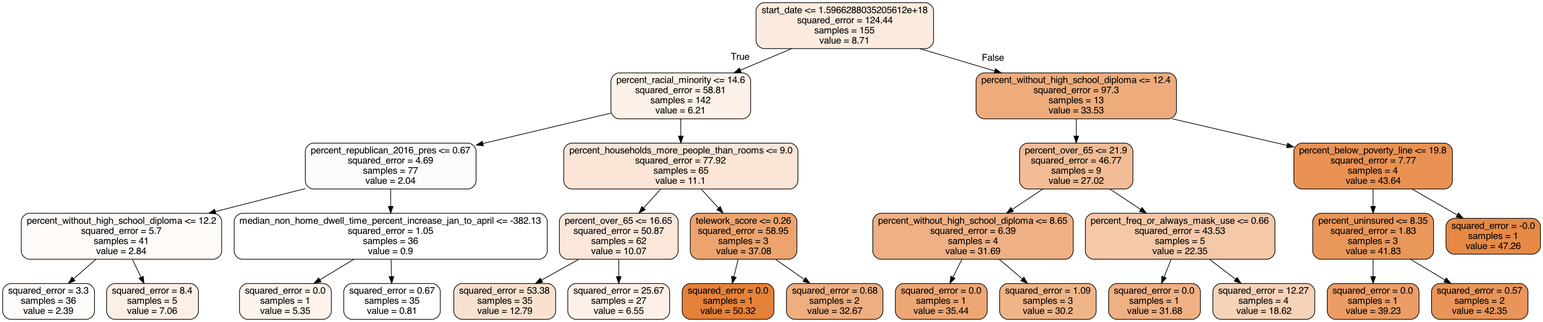
Above: reports/figures/tree.png in ciara-patterson/who-can-social-distance (Graphviz), before the change. Its source is kept beside it as reports/figures/tree.dot.
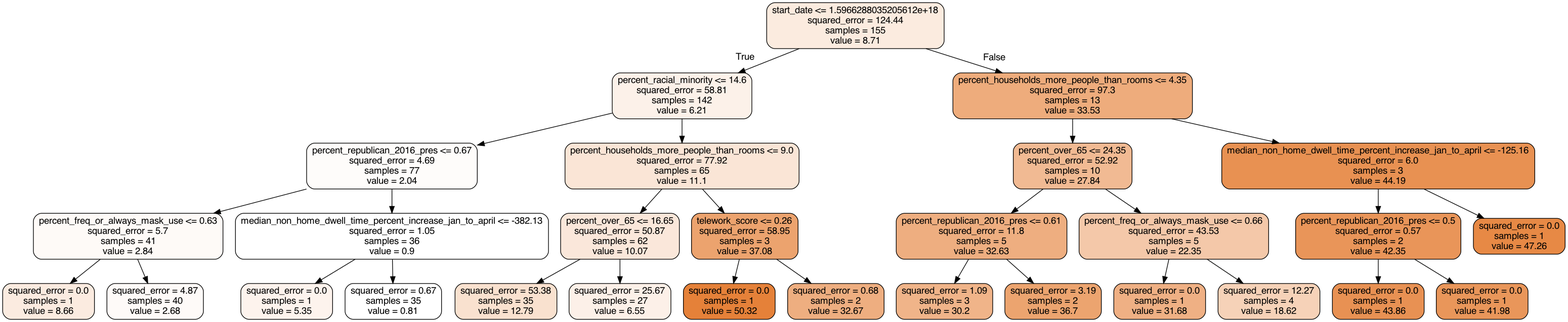
Later version of the same file.

Change to the diagram source:
```diff
@@ -6,11 +6,11 @@
 0 -> 1 [labeldistance=2.5, labelangle=45, headlabel="True"] ;
 2 [label="percent_republican_2016_pres <= 0.67\nsquared_error = 4.69\nsamples = 77\nvalue = 2.04", fillcolor="#fefcfa"] ;
 1 -> 2 ;
-3 [label="percent_without_high_school_diploma <= 12.2\nsquared_error = 5.7\nsamples = 41\nvalue = 2.84", fillcolor="#fefaf7"] ;
+3 [label="percent_freq_or_always_mask_use <= 0.63\nsquared_error = 5.7\nsamples = 41\nvalue = 2.84", fillcolor="#fefaf7"] ;
 2 -> 3 ;
-4 [label="squared_error = 3.3\nsamples = 36\nvalue = 2.39", fillcolor="#fefbf9"] ;
+4 [label="squared_error = 0.0\nsamples = 1\nvalue = 8.66", fillcolor="#fbebe0"] ;
 3 -> 4 ;
-5 [label="squared_error = 8.4\nsamples = 5\nvalue = 7.06", fillcolor="#fcefe6"] ;
+5 [label="squared_error = 4.87\nsamples = 40\nvalue = 2.68", fillcolor="#fefaf8"] ;
 3 -> 5 ;
 6 [label="median_non_home_dwell_time_percent_increase_jan_to_april <= -382.13\nsquared_error = 1.05\nsamples = 36\nvalue = 0.9", fillcolor="#ffffff"] ;
 2 -> 6 ;
@@ -32,15 +32,15 @@
 13 -> 14 ;
 15 [label="squared_error = 0.68\nsamples = 2\nvalue = 32.67", fillcolor="#eeae80"] ;
 13 -> 15 ;
-16 [label="percent_without_high_school_diploma <= 12.4\nsquared_error = 97.3\nsamples = 13\nvalue = 33.53", fillcolor="#eeac7c"] ;
+16 [label="percent_households_more_people_than_rooms <= 4.35\nsquared_error = 97.3\nsamples = 13\nvalue = 33.53", fillcolor="#eeac7c"] ;
 0 -> 16 [labeldistance=2.5, labelangle=-45, headlabel="False"] ;
-17 [label="percent_over_65 <= 21.9\nsquared_error = 46.77\nsamples = 9\nvalue = 27.02", fillcolor="#f1bc96"] ;
+17 [label="percent_over_65 <= 24.35\nsquared_error = 52.92\nsamples = 10\nvalue = 27.84", fillcolor="#f1ba93"] ;
 16 -> 17 ;
-18 [label="percent_without_high_school_diploma <= 8.65\nsquared_error = 6.39\nsamples = 4\nvalue = 31.69", fillcolor="#efb084"] ;
+18 [label="percent_republican_2016_pres <= 0.61\nsquared_error = 11.8\nsamples = 5\nvalue = 32.63", fillcolor="#eeae80"] ;
 17 -> 18 ;
-19 [label="squared_error = 0.0\nsamples = 1\nvalue = 35.44", fillcolor="#eda775"] ;
+19 [label="squared_error = 1.09\nsamples = 3\nvalue = 30.2", fillcolor="#f0b489"] ;
 18 -> 19 ;
-20 [label="squared_error = 1.09\nsamples = 3\nvalue = 30.2", fillcolor="#f0b489"] ;
+20 [label="squared_error = 3.19\nsamples = 2\nvalue = 36.7", fillcolor="#eca46f"] ;
 18 -> 20 ;
 21 [label="percent_freq_or_always_mask_use <= 0.66\nsquared_error = 43.53\nsamples = 5\nvalue = 22.35", fillcolor="#f4c8a9"] ;
 17 -> 21 ;
@@ -48,14 +48,14 @@
 21 -> 22 ;
 23 [label="squared_error = 12.27\nsamples = 4\nvalue = 18.62", fillcolor="#f6d2b8"] ;
 21 -> 23 ;
-24 [label="percent_below_poverty_line <= 19.8\nsquared_error = 7.77\nsamples = 4\nvalue = 43.64", fillcolor="#e99254"] ;
+24 [label="median_non_home_dwell_time_percent_increase_jan_to_april <= -125.16\nsquared_error = 6.0\nsamples = 3\nvalue = 44.19", fillcolor="#e89152"] ;
 16 -> 24 ;
-25 [label="percent_uninsured <= 8.35\nsquared_error = 1.83\nsamples = 3\nvalue = 41.83", fillcolor="#e9975b"] ;
+25 [label="percent_republican_2016_pres <= 0.5\nsquared_error = 0.57\nsamples = 2\nvalue = 42.35", fillcolor="#e99559"] ;
 24 -> 25 ;
-26 [label="squared_error = 0.0\nsamples = 1\nvalue = 39.23", fillcolor="#eb9d65"] ;
+26 [label="squared_error = 0.0\nsamples = 1\nvalue = 43.86", fillcolor="#e89153"] ;
 25 -> 26 ;
-27 [label="squared_error = 0.57\nsamples = 2\nvalue = 42.35", fillcolor="#e99559"] ;
+27 [label="squared_error = 0.0\nsamples = 1\nvalue = 41.98", fillcolor="#e9965a"] ;
 25 -> 27 ;
-28 [label="squared_error = -0.0\nsamples = 1\nvalue = 47.26", fillcolor="#e78945"] ;
+28 [label="squared_error = 0.0\nsamples = 1\nvalue = 47.26", fillcolor="#e78945"] ;
 24 -> 28 ;
 }
```
